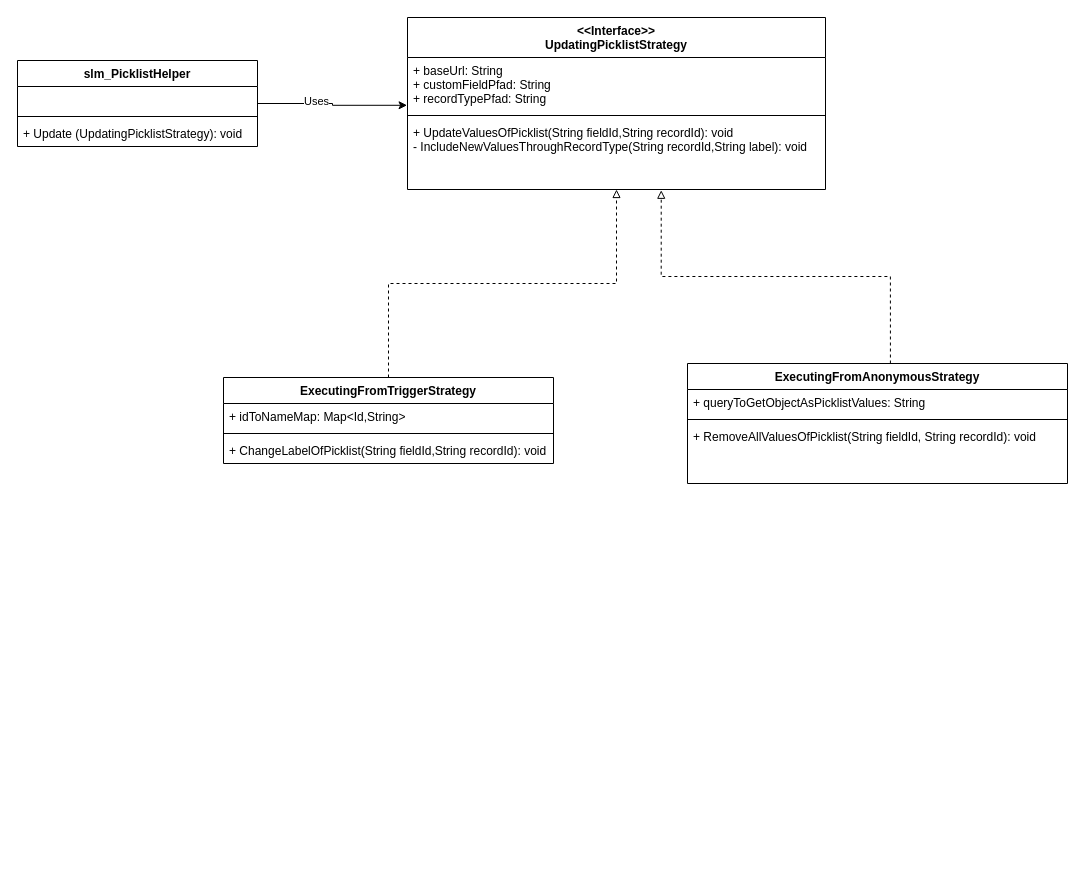
The draw.io diagram Untitled Diagram.drawio in tuannguyenvn/DrawIO, before the edit. Source tidied: cells renumbered, new cells numbered last; positions are measured from the earlier drawing's top-left corner, leaving out a move shared by most shapes. Both pictures are drawn from the tidied source at 100%, with x=0, y=0 at pixel (17, 17).
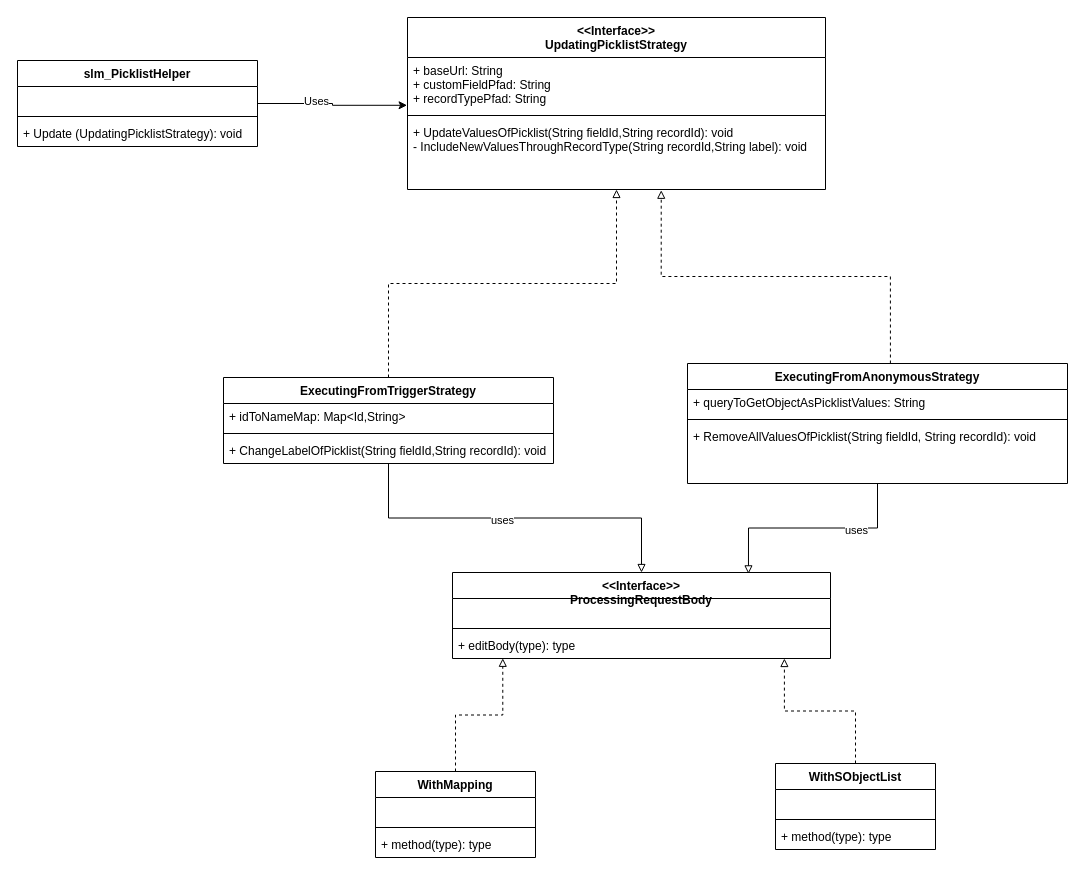
Above is the later version.

Unchanged cells that the change refers to:
```xml
<mxCell id="14" value="ExecutingFromTriggerStrategy" style="swimlane;fontStyle=1;align=center;verticalAlign=top;horizontal=1;startSize=26;" parent="1" vertex="1">
  <mxGeometry x="206" y="360" width="330" height="86" as="geometry" />
</mxCell>
<mxCell id="18" value="ExecutingFromAnonymousStrategy" style="swimlane;fontStyle=1;align=center;verticalAlign=top;horizontal=1;startSize=26;" parent="1" vertex="1">
  <mxGeometry x="670" y="346" width="380" height="120" as="geometry" />
</mxCell>
```

The edit, as a diff of the source:
```diff
@@
+    <mxCell id="22" style="edgeStyle=orthogonalEdgeStyle;rounded=0;jettySize=auto;html=1;endArrow=block;endFill=0;" parent="1" edge="1" source="14" target="26">
+      <mxGeometry relative="1" as="geometry" />
+    </mxCell>
+    <mxCell id="23" value="uses" style="edgeLabel;html=1;align=center;verticalAlign=middle;" parent="22" vertex="1">
+      <mxGeometry x="-0.07" y="-2" relative="1" as="geometry" />
+    </mxCell>
@@
+    <mxCell id="24" style="edgeStyle=orthogonalEdgeStyle;rounded=0;jettySize=auto;html=1;entryX=0.783;entryY=0.016;entryDx=0;entryDy=0;entryPerimeter=0;endArrow=block;endFill=0;" parent="1" edge="1" source="18" target="26">
+      <mxGeometry relative="1" as="geometry" />
+    </mxCell>
+    <mxCell id="25" value="uses" style="edgeLabel;html=1;align=center;verticalAlign=middle;" parent="24" vertex="1">
+      <mxGeometry x="-0.4" y="2" relative="1" as="geometry" />
+    </mxCell>
@@
+    <mxCell id="26" value="&lt;&lt;Interface&gt;&gt;&#10;ProcessingRequestBody" style="swimlane;fontStyle=1;align=center;verticalAlign=top;horizontal=1;startSize=26;" parent="1" vertex="1">
+      <mxGeometry x="435" y="555" width="378" height="86" as="geometry" />
+    </mxCell>
+    <mxCell id="27" value=" " style="text;strokeColor=none;fillColor=none;align=left;verticalAlign=top;spacingLeft=4;spacingRight=4;overflow=hidden;" parent="26" vertex="1">
+      <mxGeometry y="26" width="378" height="26" as="geometry" />
+    </mxCell>
+    <mxCell id="28" style="line;strokeWidth=1;fillColor=none;align=left;verticalAlign=middle;spacingTop=-1;spacingLeft=3;spacingRight=3;labelPosition=right;" parent="26" vertex="1">
+      <mxGeometry y="52" width="378" height="8" as="geometry" />
+    </mxCell>
+    <mxCell id="29" value="+ editBody(type): type" style="text;strokeColor=none;fillColor=none;align=left;verticalAlign=top;spacingLeft=4;spacingRight=4;overflow=hidden;points=[[0,0.5],[1,0.5]];portConstraint=eastwest;" parent="26" vertex="1">
+      <mxGeometry y="60" width="378" height="26" as="geometry" />
+    </mxCell>
+    <mxCell id="30" style="edgeStyle=orthogonalEdgeStyle;rounded=0;jettySize=auto;html=1;dashed=1;endArrow=block;endFill=0;entryX=0.878;entryY=1;entryDx=0;entryDy=0;entryPerimeter=0;" parent="1" edge="1" source="31" target="29">
+      <mxGeometry relative="1" as="geometry" />
+    </mxCell>
+    <mxCell id="31" value="WithSObjectList" style="swimlane;fontStyle=1;align=center;verticalAlign=top;horizontal=1;startSize=26;" parent="1" vertex="1">
+      <mxGeometry x="758" y="746" width="160" height="86" as="geometry" />
+    </mxCell>
+    <mxCell id="32" value=" " style="text;strokeColor=none;fillColor=none;align=left;verticalAlign=top;spacingLeft=4;spacingRight=4;overflow=hidden;" parent="31" vertex="1">
+      <mxGeometry y="26" width="160" height="26" as="geometry" />
+    </mxCell>
+    <mxCell id="33" style="line;strokeWidth=1;fillColor=none;align=left;verticalAlign=middle;spacingTop=-1;spacingLeft=3;spacingRight=3;labelPosition=right;" parent="31" vertex="1">
+      <mxGeometry y="52" width="160" height="8" as="geometry" />
+    </mxCell>
+    <mxCell id="34" value="+ method(type): type" style="text;strokeColor=none;fillColor=none;align=left;verticalAlign=top;spacingLeft=4;spacingRight=4;overflow=hidden;" parent="31" vertex="1">
+      <mxGeometry y="60" width="160" height="26" as="geometry" />
+    </mxCell>
+    <mxCell id="35" style="edgeStyle=orthogonalEdgeStyle;rounded=0;jettySize=auto;html=1;entryX=0.133;entryY=0.992;entryDx=0;entryDy=0;entryPerimeter=0;endArrow=block;endFill=0;dashed=1;" parent="1" edge="1" source="36" target="29">
+      <mxGeometry relative="1" as="geometry" />
+    </mxCell>
+    <mxCell id="36" value="WithMapping" style="swimlane;fontStyle=1;align=center;verticalAlign=top;horizontal=1;startSize=26;" parent="1" vertex="1">
+      <mxGeometry x="358" y="754" width="160" height="86" as="geometry" />
+    </mxCell>
+    <mxCell id="37" value=" " style="text;strokeColor=none;fillColor=none;align=left;verticalAlign=top;spacingLeft=4;spacingRight=4;overflow=hidden;" parent="36" vertex="1">
+      <mxGeometry y="26" width="160" height="26" as="geometry" />
+    </mxCell>
+    <mxCell id="38" style="line;strokeWidth=1;fillColor=none;align=left;verticalAlign=middle;spacingTop=-1;spacingLeft=3;spacingRight=3;labelPosition=right;" parent="36" vertex="1">
+      <mxGeometry y="52" width="160" height="8" as="geometry" />
+    </mxCell>
+    <mxCell id="39" value="+ method(type): type" style="text;strokeColor=none;fillColor=none;align=left;verticalAlign=top;spacingLeft=4;spacingRight=4;overflow=hidden;" parent="36" vertex="1">
+      <mxGeometry y="60" width="160" height="26" as="geometry" />
+    </mxCell>
```
